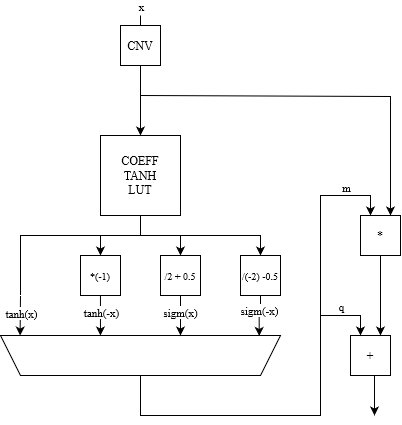
This is slides/images/ACTU_beta.drawio.png from AlessandroVaraldi/LSTM_ACCELERATOR, a draw.io export, as it was before one commit. Source tidied: cells renumbered, new cells last; positions are measured from the earlier drawing's top-left corner, leaving out a move shared by most shapes.
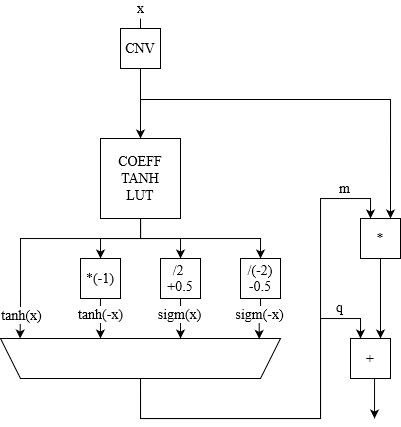
The same file after the commit.

Diff of the diagram source:
```diff
@@ -2,7 +2,7 @@
   <root>
     <mxCell id="0" />
     <mxCell id="1" parent="0" />
-    <mxCell id="2" style="edgeStyle=orthogonalEdgeStyle;rounded=0;jettySize=auto;html=1;" parent="1" edge="1" source="3">
+    <mxCell id="2" style="edgeStyle=orthogonalEdgeStyle;rounded=0;jettySize=auto;html=1;fontSize=14;" parent="1" edge="1" source="3">
       <mxGeometry relative="1" as="geometry">
         <mxPoint x="374" y="400" as="targetPoint" />
         <Array as="points">
@@ -10,22 +10,22 @@
         </Array>
       </mxGeometry>
     </mxCell>
-    <mxCell id="3" value="+" style="whiteSpace=wrap;html=1;" parent="1" vertex="1">
+    <mxCell id="3" value="+" style="whiteSpace=wrap;html=1;fontSize=14;" parent="1" vertex="1">
       <mxGeometry x="350" y="320" width="40" height="40" as="geometry" />
     </mxCell>
-    <mxCell id="4" style="edgeStyle=orthogonalEdgeStyle;rounded=0;jettySize=auto;html=1;entryX=0.75;entryY=0;entryDx=0;entryDy=0;" parent="1" edge="1" source="5" target="3">
+    <mxCell id="4" style="edgeStyle=orthogonalEdgeStyle;rounded=0;jettySize=auto;html=1;entryX=0.75;entryY=0;entryDx=0;entryDy=0;fontSize=14;" parent="1" edge="1" source="5" target="3">
       <mxGeometry relative="1" as="geometry" />
     </mxCell>
-    <mxCell id="5" value="*" style="whiteSpace=wrap;html=1;" parent="1" vertex="1">
+    <mxCell id="5" value="*" style="whiteSpace=wrap;html=1;fontSize=14;" parent="1" vertex="1">
       <mxGeometry x="360" y="200" width="40" height="40" as="geometry" />
     </mxCell>
-    <mxCell id="6" style="edgeStyle=orthogonalEdgeStyle;rounded=0;jettySize=auto;html=1;entryX=0.5;entryY=0;entryDx=0;entryDy=0;" parent="1" edge="1" source="11" target="17">
+    <mxCell id="6" style="edgeStyle=orthogonalEdgeStyle;rounded=0;jettySize=auto;html=1;entryX=0.5;entryY=0;entryDx=0;entryDy=0;fontSize=14;" parent="1" edge="1" source="11" target="17">
       <mxGeometry relative="1" as="geometry" />
     </mxCell>
-    <mxCell id="7" style="edgeStyle=orthogonalEdgeStyle;rounded=0;jettySize=auto;html=1;entryX=0.5;entryY=0;entryDx=0;entryDy=0;" parent="1" edge="1" source="11" target="18">
+    <mxCell id="7" style="edgeStyle=orthogonalEdgeStyle;rounded=0;jettySize=auto;html=1;entryX=0.5;entryY=0;entryDx=0;entryDy=0;fontSize=14;" parent="1" edge="1" source="11" target="18">
       <mxGeometry relative="1" as="geometry" />
     </mxCell>
-    <mxCell id="8" style="edgeStyle=orthogonalEdgeStyle;rounded=0;jettySize=auto;html=1;entryX=0.5;entryY=0;entryDx=0;entryDy=0;" parent="1" edge="1" source="11" target="19">
+    <mxCell id="8" style="edgeStyle=orthogonalEdgeStyle;rounded=0;jettySize=auto;html=1;entryX=0.5;entryY=0;entryDx=0;entryDy=0;fontSize=14;" parent="1" edge="1" source="11" target="19">
       <mxGeometry relative="1" as="geometry">
         <Array as="points">
           <mxPoint x="140" y="220" />
@@ -33,7 +33,7 @@
         </Array>
       </mxGeometry>
     </mxCell>
-    <mxCell id="9" style="edgeStyle=orthogonalEdgeStyle;rounded=0;jettySize=auto;html=1;entryX=0.93;entryY=1;entryDx=0;entryDy=0;entryPerimeter=0;" parent="1" edge="1" source="11" target="16">
+    <mxCell id="9" style="edgeStyle=orthogonalEdgeStyle;rounded=0;jettySize=auto;html=1;entryX=0.93;entryY=1;entryDx=0;entryDy=0;entryPerimeter=0;fontSize=14;" parent="1" edge="1" source="11" target="16">
       <mxGeometry relative="1" as="geometry">
         <Array as="points">
           <mxPoint x="140" y="220" />
@@ -42,15 +42,15 @@
         </Array>
       </mxGeometry>
     </mxCell>
-    <mxCell id="10" value="tanh(x)" style="edgeLabel;html=1;align=center;verticalAlign=middle;" parent="9" vertex="1">
+    <mxCell id="10" value="tanh(x)" style="edgeLabel;html=1;align=center;verticalAlign=middle;fontSize=14;" parent="9" vertex="1">
       <mxGeometry x="0.75" y="1" relative="1" as="geometry">
         <mxPoint y="7" as="offset" />
       </mxGeometry>
     </mxCell>
-    <mxCell id="11" value="&lt;div&gt;COEFF&lt;/div&gt;&lt;div&gt;TANH&lt;/div&gt;&lt;div&gt;LUT&lt;/div&gt;" style="whiteSpace=wrap;html=1;" parent="1" vertex="1">
+    <mxCell id="11" value="&lt;div style=&quot;font-size: 14px;&quot;&gt;COEFF&lt;/div&gt;&lt;div style=&quot;font-size: 14px;&quot;&gt;TANH&lt;/div&gt;&lt;div style=&quot;font-size: 14px;&quot;&gt;LUT&lt;/div&gt;" style="whiteSpace=wrap;html=1;fontSize=14;" parent="1" vertex="1">
       <mxGeometry x="100" y="120" width="80" height="80" as="geometry" />
     </mxCell>
-    <mxCell id="12" style="edgeStyle=orthogonalEdgeStyle;rounded=0;jettySize=auto;html=1;entryX=0.25;entryY=0;entryDx=0;entryDy=0;" parent="1" edge="1" source="16" target="5">
+    <mxCell id="12" style="edgeStyle=orthogonalEdgeStyle;rounded=0;jettySize=auto;html=1;entryX=0.25;entryY=0;entryDx=0;entryDy=0;fontSize=14;" parent="1" edge="1" source="16" target="5">
       <mxGeometry relative="1" as="geometry">
         <Array as="points">
           <mxPoint x="140" y="400" />
@@ -60,12 +60,12 @@
         </Array>
       </mxGeometry>
     </mxCell>
-    <mxCell id="13" value="m" style="edgeLabel;html=1;align=center;verticalAlign=middle;" parent="12" vertex="1">
+    <mxCell id="13" value="m" style="edgeLabel;html=1;align=center;verticalAlign=middle;fontSize=14;" parent="12" vertex="1">
       <mxGeometry x="0.09" y="2" relative="1" as="geometry">
-        <mxPoint x="27" y="-170" as="offset" />
+        <mxPoint x="26" y="-172" as="offset" />
       </mxGeometry>
     </mxCell>
-    <mxCell id="14" style="edgeStyle=orthogonalEdgeStyle;rounded=0;jettySize=auto;html=1;entryX=0.25;entryY=0;entryDx=0;entryDy=0;" parent="1" edge="1" source="16" target="3">
+    <mxCell id="14" style="edgeStyle=orthogonalEdgeStyle;rounded=0;jettySize=auto;html=1;entryX=0.25;entryY=0;entryDx=0;entryDy=0;fontSize=14;" parent="1" edge="1" source="16" target="3">
       <mxGeometry relative="1" as="geometry">
         <Array as="points">
           <mxPoint x="140" y="400" />
@@ -75,58 +75,58 @@
         </Array>
       </mxGeometry>
     </mxCell>
-    <mxCell id="15" value="q" style="edgeLabel;html=1;align=center;verticalAlign=middle;" parent="14" vertex="1">
+    <mxCell id="15" value="q" style="edgeLabel;html=1;align=center;verticalAlign=middle;fontSize=14;" parent="14" vertex="1">
       <mxGeometry x="0.35" relative="1" as="geometry">
-        <mxPoint x="20" y="-72" as="offset" />
+        <mxPoint x="19" y="-74" as="offset" />
       </mxGeometry>
     </mxCell>
-    <mxCell id="16" style="shape=trapezoid;perimeter=trapezoidPerimeter;whiteSpace=wrap;html=1;fixedSize=1;rotation=-180;" parent="1" vertex="1">
+    <mxCell id="16" style="shape=trapezoid;perimeter=trapezoidPerimeter;whiteSpace=wrap;html=1;fixedSize=1;rotation=-180;fontSize=14;" parent="1" vertex="1">
       <mxGeometry y="320" width="280" height="40" as="geometry" />
     </mxCell>
-    <mxCell id="17" value="&lt;font style=&quot;font-size: 10px;&quot;&gt;*(-1)&lt;/font&gt;" style="whiteSpace=wrap;html=1;" parent="1" vertex="1">
+    <mxCell id="17" value="&lt;font style=&quot;font-size: 14px;&quot;&gt;*(-1)&lt;/font&gt;" style="whiteSpace=wrap;html=1;fontSize=14;" parent="1" vertex="1">
       <mxGeometry x="80" y="240" width="40" height="40" as="geometry" />
     </mxCell>
-    <mxCell id="18" value="&lt;font style=&quot;font-size: 10px;&quot;&gt;/2 + 0.5&lt;/font&gt;" style="whiteSpace=wrap;html=1;" parent="1" vertex="1">
+    <mxCell id="18" value="&lt;div&gt;&lt;font style=&quot;font-size: 14px;&quot;&gt;/2&amp;nbsp;&lt;/font&gt;&lt;/div&gt;&lt;div&gt;&lt;font style=&quot;font-size: 14px;&quot;&gt;+0.5&lt;/font&gt;&lt;/div&gt;" style="whiteSpace=wrap;html=1;fontSize=14;" parent="1" vertex="1">
       <mxGeometry x="160" y="240" width="40" height="40" as="geometry" />
     </mxCell>
-    <mxCell id="19" value="&lt;font style=&quot;font-size: 10px;&quot;&gt;/(-2) -0.5&lt;/font&gt;" style="whiteSpace=wrap;html=1;" parent="1" vertex="1">
+    <mxCell id="19" value="&lt;font style=&quot;font-size: 14px;&quot;&gt;/(-2) -0.5&lt;/font&gt;" style="whiteSpace=wrap;html=1;fontSize=14;" parent="1" vertex="1">
       <mxGeometry x="240" y="240" width="40" height="40" as="geometry" />
     </mxCell>
-    <mxCell id="20" style="edgeStyle=orthogonalEdgeStyle;rounded=0;jettySize=auto;html=1;entryX=0.643;entryY=1;entryDx=0;entryDy=0;entryPerimeter=0;" parent="1" edge="1" source="17" target="16">
+    <mxCell id="20" style="edgeStyle=orthogonalEdgeStyle;rounded=0;jettySize=auto;html=1;entryX=0.643;entryY=1;entryDx=0;entryDy=0;entryPerimeter=0;fontSize=14;" parent="1" edge="1" source="17" target="16">
       <mxGeometry relative="1" as="geometry" />
     </mxCell>
-    <mxCell id="21" value="tanh(-x)" style="edgeLabel;html=1;align=center;verticalAlign=middle;" parent="20" vertex="1">
+    <mxCell id="21" value="tanh(-x)" style="edgeLabel;html=1;align=center;verticalAlign=middle;fontSize=14;" parent="20" vertex="1">
       <mxGeometry x="-0.18" y="2" relative="1" as="geometry">
         <mxPoint x="-2" as="offset" />
       </mxGeometry>
     </mxCell>
-    <mxCell id="22" style="edgeStyle=orthogonalEdgeStyle;rounded=0;jettySize=auto;html=1;" parent="1" edge="1" source="18">
+    <mxCell id="22" style="edgeStyle=orthogonalEdgeStyle;rounded=0;jettySize=auto;html=1;fontSize=14;" parent="1" edge="1" source="18">
       <mxGeometry relative="1" as="geometry">
         <mxPoint x="180" y="320" as="targetPoint" />
       </mxGeometry>
     </mxCell>
-    <mxCell id="23" value="sigm(x)" style="edgeLabel;html=1;align=center;verticalAlign=middle;" parent="22" vertex="1">
+    <mxCell id="23" value="sigm(x)" style="edgeLabel;html=1;align=center;verticalAlign=middle;fontSize=14;" parent="22" vertex="1">
       <mxGeometry x="-0.19" y="-1" relative="1" as="geometry" />
     </mxCell>
-    <mxCell id="24" style="edgeStyle=orthogonalEdgeStyle;rounded=0;jettySize=auto;html=1;entryX=0.076;entryY=0.989;entryDx=0;entryDy=0;entryPerimeter=0;" parent="1" edge="1" source="19" target="16">
+    <mxCell id="24" style="edgeStyle=orthogonalEdgeStyle;rounded=0;jettySize=auto;html=1;entryX=0.076;entryY=0.989;entryDx=0;entryDy=0;entryPerimeter=0;fontSize=14;" parent="1" edge="1" source="19" target="16">
       <mxGeometry relative="1" as="geometry" />
     </mxCell>
-    <mxCell id="25" value="sigm(-x)" style="edgeLabel;html=1;align=center;verticalAlign=middle;" parent="24" vertex="1">
+    <mxCell id="25" value="sigm(-x)" style="edgeLabel;html=1;align=center;verticalAlign=middle;fontSize=14;" parent="24" vertex="1">
       <mxGeometry x="0.09" y="-2" relative="1" as="geometry">
         <mxPoint x="2" y="-6" as="offset" />
       </mxGeometry>
     </mxCell>
-    <mxCell id="26" style="endArrow=classic;html=1;rounded=0;entryX=0.5;entryY=0;entryDx=0;entryDy=0;" parent="1" edge="1" target="11">
+    <mxCell id="26" style="endArrow=classic;html=1;rounded=0;entryX=0.5;entryY=0;entryDx=0;entryDy=0;fontSize=14;" parent="1" edge="1" target="11">
       <mxGeometry relative="1" as="geometry">
         <mxPoint x="140" as="sourcePoint" />
       </mxGeometry>
     </mxCell>
-    <mxCell id="27" value="x" style="edgeLabel;html=1;align=center;verticalAlign=middle;" parent="26" vertex="1">
+    <mxCell id="27" value="x" style="edgeLabel;html=1;align=center;verticalAlign=middle;fontSize=14;" parent="26" vertex="1">
       <mxGeometry x="-0.26" y="-2" relative="1" as="geometry">
         <mxPoint x="2" y="-54" as="offset" />
       </mxGeometry>
     </mxCell>
-    <mxCell id="28" style="endArrow=classic;html=1;rounded=0;entryX=0.75;entryY=0;entryDx=0;entryDy=0;edgeStyle=orthogonalEdgeStyle;" parent="1" edge="1" target="5">
+    <mxCell id="28" style="endArrow=classic;html=1;rounded=0;entryX=0.75;entryY=0;entryDx=0;entryDy=0;edgeStyle=orthogonalEdgeStyle;fontSize=14;" parent="1" edge="1" target="5">
       <mxGeometry relative="1" as="geometry">
         <mxPoint x="140" y="80" as="sourcePoint" />
         <Array as="points">
@@ -135,7 +135,7 @@
         </Array>
       </mxGeometry>
     </mxCell>
-    <mxCell id="29" value="CNV" style="whiteSpace=wrap;html=1;" parent="1" vertex="1">
+    <mxCell id="29" value="CNV" style="whiteSpace=wrap;html=1;fontSize=14;" parent="1" vertex="1">
       <mxGeometry x="120" y="10" width="40" height="40" as="geometry" />
     </mxCell>
   </root>
```
